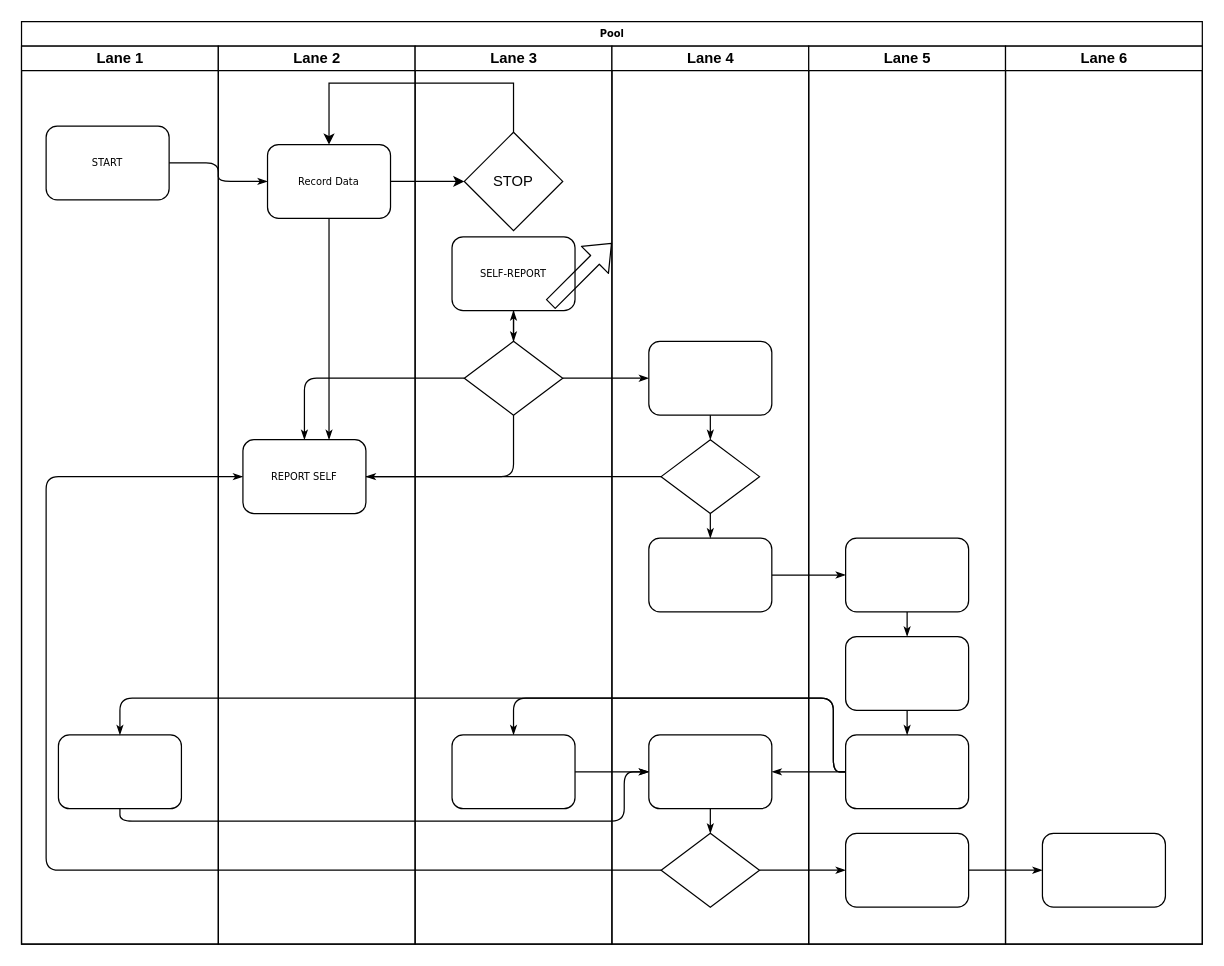
Earlier version of the draw.io diagram Untitled Diagram.drawio (chrisogonas/uploadFiles). Source tidied: cells renumbered, new cells numbered last; positions are measured from the earlier drawing's top-left corner, leaving out a move shared by most shapes. Both pictures are drawn from the tidied source at 123%, with x=0, y=0 at pixel (21, 21).
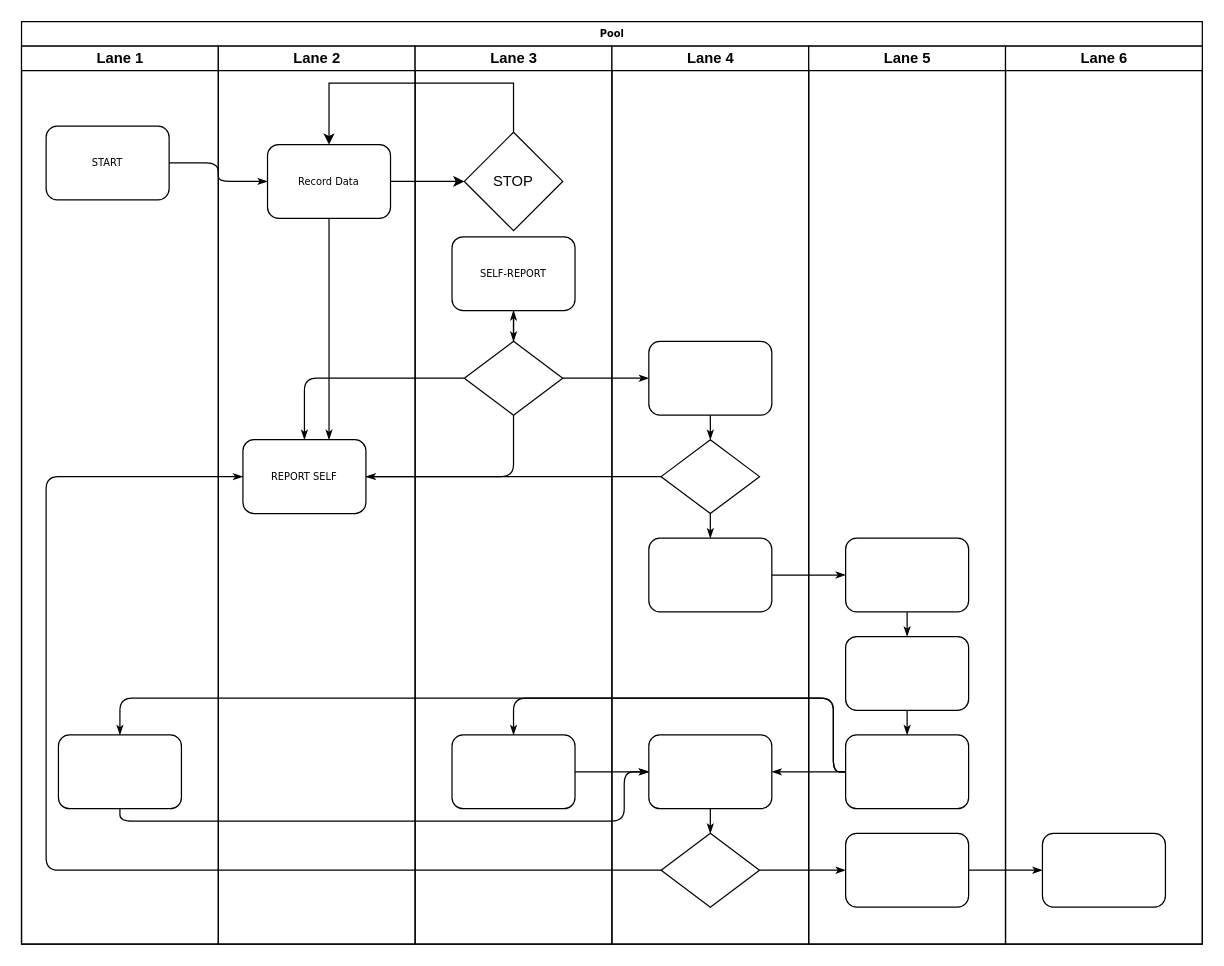
The same diagram, later.

What changed in the source:
```diff
@@
-    <mxCell id="50" style="shape=flexArrow;endArrow=classic;html=1;shadow=0;strokeColor=#000000;comic=0;" parent="1" edge="1">
-      <mxGeometry relative="1" as="geometry">
-        <mxPoint x="430" y="230" as="sourcePoint" />
-        <mxPoint x="480" y="180" as="targetPoint" />
-      </mxGeometry>
-    </mxCell>
```
